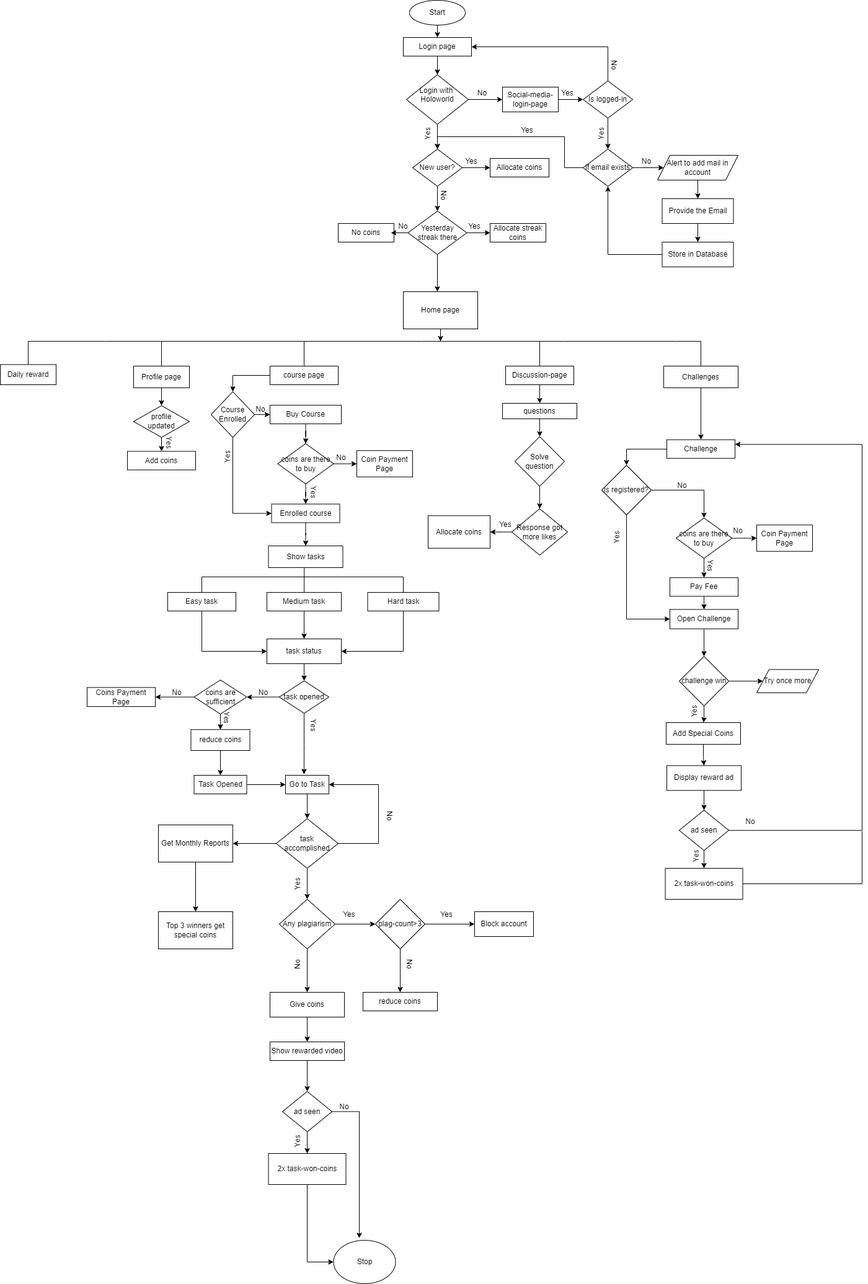
Before: public/Coin-flow-chart.drawio.png, a diagram exported from draw.io (karthiksatish159/googleads). Source tidied: cells renumbered, new cells last; positions are measured from the earlier drawing's top-left corner, leaving out a move shared by most shapes.
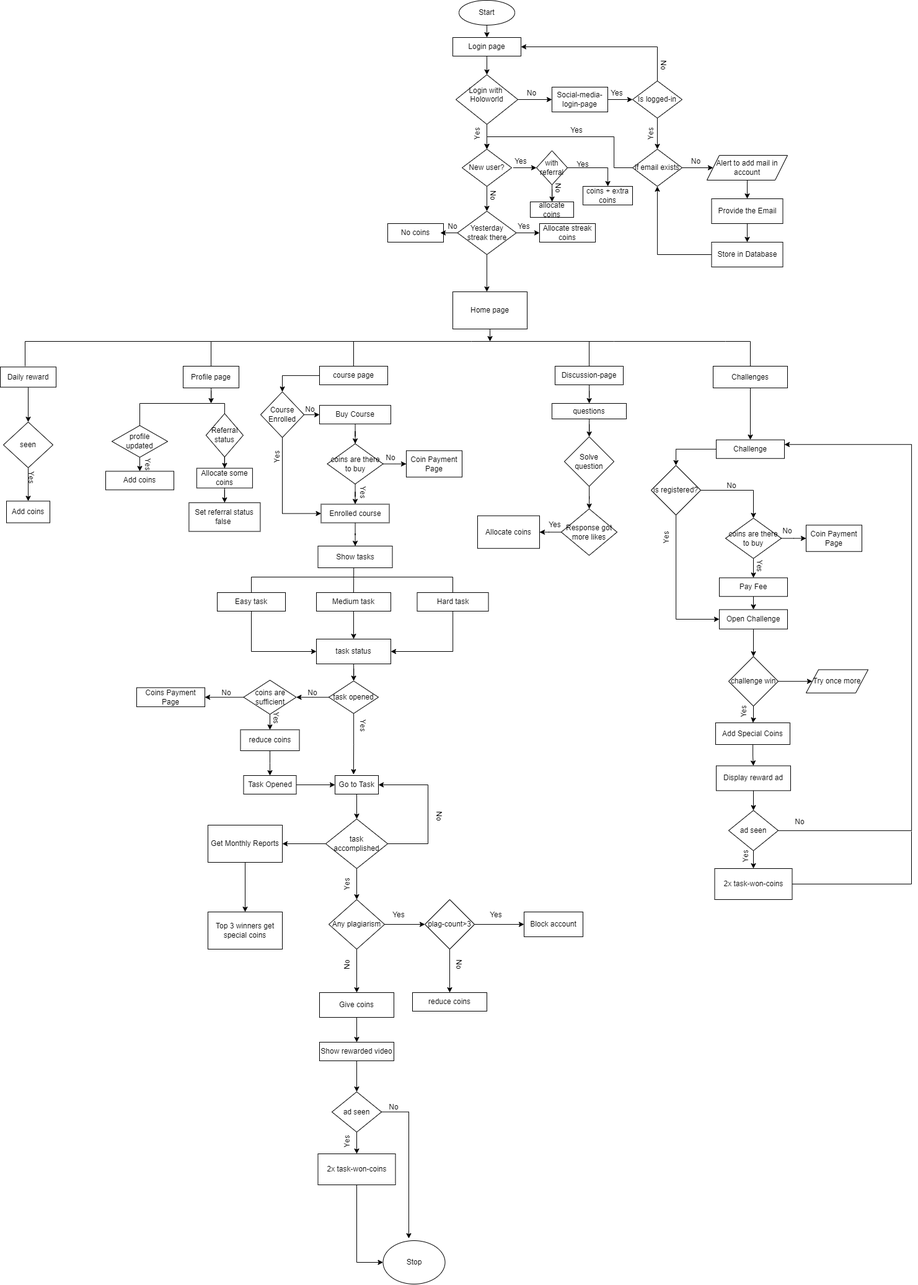
Later version of the same file.

Change to the diagram source:
```diff
@@ -51,9 +51,6 @@
     <mxCell id="14" value="New user?&lt;br&gt;" style="rhombus;whiteSpace=wrap;html=1;" parent="1" vertex="1">
       <mxGeometry x="665" y="240" width="80" height="60" as="geometry" />
     </mxCell>
-    <mxCell id="15" value="Allocate coins" style="rounded=0;whiteSpace=wrap;html=1;" parent="1" vertex="1">
-      <mxGeometry x="790" y="255" width="95" height="30" as="geometry" />
-    </mxCell>
     <mxCell id="16" value="Allocate streak coins" style="rounded=0;whiteSpace=wrap;html=1;" parent="1" vertex="1">
       <mxGeometry x="790" y="360" width="90" height="30" as="geometry" />
     </mxCell>
@@ -172,9 +169,11 @@
     <mxCell id="53" value="2x task-won-coins" style="whiteSpace=wrap;html=1;rounded=0;" parent="1" vertex="1">
       <mxGeometry x="432.5" y="1860" width="125" height="50" as="geometry" />
     </mxCell>
-    <mxCell id="54" style="edgeStyle=orthogonalEdgeStyle;rounded=0;jettySize=auto;html=1;" parent="1" edge="1" source="55" target="57">
-      <mxGeometry relative="1" as="geometry" />
-    </mxCell>
+    <mxCell id="183" style="edgeStyle=orthogonalEdgeStyle;rounded=0;jettySize=auto;html=1;fontSize=12;" parent="1" edge="1" source="55">
+      <mxGeometry relative="1" as="geometry">
+        <mxPoint x="260" y="650" as="targetPoint" />
+      </mxGeometry>
+    </mxCell>
     <mxCell id="55" value="Profile page" style="rounded=0;whiteSpace=wrap;html=1;" parent="1" vertex="1">
       <mxGeometry x="215" y="590" width="90" height="35" as="geometry" />
     </mxCell>
@@ -182,10 +181,10 @@
       <mxGeometry relative="1" as="geometry" />
     </mxCell>
     <mxCell id="57" value="profile&lt;br&gt;updated" style="rhombus;whiteSpace=wrap;html=1;rounded=0;" parent="1" vertex="1">
-      <mxGeometry x="215" y="653.8" width="90" height="51.2" as="geometry" />
+      <mxGeometry x="100" y="685.6" width="90" height="51.2" as="geometry" />
     </mxCell>
     <mxCell id="58" value="Add coins" style="whiteSpace=wrap;html=1;rounded=0;" parent="1" vertex="1">
-      <mxGeometry x="205" y="727.5" width="110" height="30" as="geometry" />
+      <mxGeometry x="90" y="759.4" width="110" height="30" as="geometry" />
     </mxCell>
     <mxCell id="59" style="edgeStyle=orthogonalEdgeStyle;rounded=0;jettySize=auto;html=1;" parent="1" edge="1" source="60" target="66">
       <mxGeometry relative="1" as="geometry" />
@@ -232,9 +231,6 @@
     <mxCell id="73" style="endArrow=classic;html=1;rounded=0;entryX=0;entryY=0.5;entryDx=0;entryDy=0;" parent="1" edge="1" source="11" target="12">
       <mxGeometry relative="1" as="geometry" />
     </mxCell>
-    <mxCell id="74" style="endArrow=classic;html=1;rounded=0;entryX=0;entryY=0.5;entryDx=0;entryDy=0;" parent="1" edge="1" source="14" target="15">
-      <mxGeometry relative="1" as="geometry" />
-    </mxCell>
     <mxCell id="75" style="endArrow=classic;html=1;rounded=0;exitX=0;exitY=0.5;exitDx=0;exitDy=0;" parent="1" edge="1">
       <mxGeometry relative="1" as="geometry">
         <mxPoint x="657.5" y="375" as="sourcePoint" />
@@ -289,6 +285,9 @@
     <mxCell id="89" style="endArrow=classic;html=1;rounded=0;entryX=0.5;entryY=0;entryDx=0;entryDy=0;exitX=0.5;exitY=1;exitDx=0;exitDy=0;" parent="1" edge="1" source="12" target="86">
       <mxGeometry relative="1" as="geometry" />
     </mxCell>
+    <mxCell id="184" style="edgeStyle=orthogonalEdgeStyle;rounded=0;jettySize=auto;html=1;exitX=0.25;exitY=1;exitDx=0;exitDy=0;entryX=0;entryY=0.5;entryDx=0;entryDy=0;" parent="1" edge="1" source="90" target="197">
+      <mxGeometry relative="1" as="geometry" />
+    </mxCell>
     <mxCell id="90" value="Yes" style="text;html=1;strokeColor=none;fillColor=none;align=center;verticalAlign=middle;whiteSpace=wrap;rounded=0;" parent="1" vertex="1">
       <mxGeometry x="735" y="250" width="50" height="20" as="geometry" />
     </mxCell>
@@ -302,7 +301,7 @@
       <mxGeometry x="620" y="350" width="60" height="30" as="geometry" />
     </mxCell>
     <mxCell id="94" value="Yes" style="text;html=1;strokeColor=none;fillColor=none;align=center;verticalAlign=middle;whiteSpace=wrap;rounded=0;rotation=90;" parent="1" vertex="1">
-      <mxGeometry x="250" y="705" width="45" height="17.5" as="geometry" />
+      <mxGeometry x="137.5" y="739.4" width="40" height="17.5" as="geometry" />
     </mxCell>
     <mxCell id="95" style="edgeStyle=orthogonalEdgeStyle;rounded=0;jettySize=auto;html=1;" parent="1" edge="1" source="96" target="99">
       <mxGeometry relative="1" as="geometry" />
@@ -618,17 +617,87 @@
     <mxCell id="180" value="Top 3 winners get special coins" style="whiteSpace=wrap;html=1;rounded=0;" parent="1" vertex="1">
       <mxGeometry x="255" y="1470" width="120" height="60" as="geometry" />
     </mxCell>
+    <mxCell id="185" style="edgeStyle=orthogonalEdgeStyle;rounded=0;jettySize=auto;html=1;" parent="1" edge="1" source="181" target="187">
+      <mxGeometry relative="1" as="geometry" />
+    </mxCell>
     <mxCell id="181" value="Daily reward" style="rounded=0;whiteSpace=wrap;html=1;" parent="1" vertex="1">
-      <mxGeometry y="587.5" width="90" height="32.5" as="geometry" />
+      <mxGeometry x="-80" y="591.2" width="90" height="32.5" as="geometry" />
     </mxCell>
-    <mxCell id="182" style="endArrow=none;html=1;rounded=0;exitX=0.5;exitY=0;exitDx=0;exitDy=0;" parent="1" edge="1" source="181">
-      <mxGeometry relative="1" as="geometry">
-        <mxPoint x="260" y="550" as="targetPoint" />
-        <Array as="points">
-          <mxPoint x="45" y="550" />
-          <mxPoint x="170" y="550" />
-        </Array>
-      </mxGeometry>
-    </mxCell>
+    <mxCell id="186" style="edgeStyle=orthogonalEdgeStyle;rounded=0;jettySize=auto;html=1;" parent="1" edge="1" source="187" target="188">
+      <mxGeometry relative="1" as="geometry" />
+    </mxCell>
+    <mxCell id="187" value="seen" style="rhombus;whiteSpace=wrap;html=1;rounded=0;" parent="1" vertex="1">
+      <mxGeometry x="-75" y="680" width="80" height="73.8" as="geometry" />
+    </mxCell>
+    <mxCell id="188" value="Add coins" style="whiteSpace=wrap;html=1;rounded=0;" parent="1" vertex="1">
+      <mxGeometry x="-70" y="807.5" width="70" height="35" as="geometry" />
+    </mxCell>
+    <mxCell id="189" value="Yes" style="text;html=1;strokeColor=none;fillColor=none;align=center;verticalAlign=middle;whiteSpace=wrap;rounded=0;rotation=90;" parent="1" vertex="1">
+      <mxGeometry x="-40" y="761.2" width="20" height="17.5" as="geometry" />
+    </mxCell>
+    <mxCell id="190" style="edgeStyle=orthogonalEdgeStyle;rounded=0;jettySize=auto;html=1;" parent="1" edge="1" source="191" target="193">
+      <mxGeometry relative="1" as="geometry" />
+    </mxCell>
+    <mxCell id="191" value="Referral&lt;br&gt;status" style="rhombus;whiteSpace=wrap;html=1;" parent="1" vertex="1">
+      <mxGeometry x="251.9" y="666.4" width="60" height="70" as="geometry" />
+    </mxCell>
+    <mxCell id="192" style="edgeStyle=orthogonalEdgeStyle;rounded=0;jettySize=auto;html=1;entryX=0.5;entryY=0;entryDx=0;entryDy=0;fontSize=12;" parent="1" edge="1" source="193" target="194">
+      <mxGeometry relative="1" as="geometry" />
+    </mxCell>
+    <mxCell id="193" value="Allocate some coins" style="whiteSpace=wrap;html=1;" parent="1" vertex="1">
+      <mxGeometry x="236.9" y="754.5" width="90" height="31.9" as="geometry" />
+    </mxCell>
+    <mxCell id="194" value="Set referral status false&amp;nbsp;" style="whiteSpace=wrap;html=1;" parent="1" vertex="1">
+      <mxGeometry x="224.4" y="810.1" width="115" height="46.2" as="geometry" />
+    </mxCell>
+    <mxCell id="195" style="edgeStyle=orthogonalEdgeStyle;rounded=0;jettySize=auto;html=1;" parent="1" edge="1" source="197" target="198">
+      <mxGeometry relative="1" as="geometry" />
+    </mxCell>
+    <mxCell id="196" style="edgeStyle=orthogonalEdgeStyle;rounded=0;jettySize=auto;html=1;fontSize=5;" parent="1" edge="1" source="197" target="199">
+      <mxGeometry relative="1" as="geometry" />
+    </mxCell>
+    <mxCell id="197" value="with referral" style="rhombus;whiteSpace=wrap;html=1;" parent="1" vertex="1">
+      <mxGeometry x="785" y="242.5" width="50" height="55" as="geometry" />
+    </mxCell>
+    <mxCell id="198" value="coins + extra coins" style="whiteSpace=wrap;html=1;" parent="1" vertex="1">
+      <mxGeometry x="860" y="300" width="80" height="30" as="geometry" />
+    </mxCell>
+    <mxCell id="199" value="allocate coins" style="whiteSpace=wrap;html=1;" parent="1" vertex="1">
+      <mxGeometry x="775" y="325" width="70" height="25" as="geometry" />
+    </mxCell>
+    <mxCell id="200" value="Yes" style="text;html=1;strokeColor=none;fillColor=none;align=center;verticalAlign=middle;whiteSpace=wrap;rounded=0;fontSize=12;" parent="1" vertex="1">
+      <mxGeometry x="845" y="260" width="30" height="10" as="geometry" />
+    </mxCell>
+    <mxCell id="201" value="No" style="text;html=1;strokeColor=none;fillColor=none;align=center;verticalAlign=middle;whiteSpace=wrap;rounded=0;fontSize=12;rotation=90;" parent="1" vertex="1">
+      <mxGeometry x="805" y="297.5" width="30" height="10" as="geometry" />
+    </mxCell>
+    <mxCell id="202" style="edgeStyle=orthogonalEdgeStyle;rounded=0;orthogonalLoop=1;jettySize=auto;html=1;exitX=0.5;exitY=1;exitDx=0;exitDy=0;fontSize=12;" parent="1" edge="1" source="194" target="194">
+      <mxGeometry relative="1" as="geometry" />
+    </mxCell>
+    <mxCell id="203" style="endArrow=none;html=1;rounded=0;fontSize=12;exitX=0.5;exitY=0;exitDx=0;exitDy=0;" parent="1" edge="1" source="57">
+      <mxGeometry relative="1" as="geometry">
+        <mxPoint x="260" y="650" as="targetPoint" />
+        <Array as="points">
+          <mxPoint x="145" y="650" />
+        </Array>
+      </mxGeometry>
+    </mxCell>
+    <mxCell id="204" style="endArrow=none;html=1;rounded=0;fontSize=12;exitX=0.5;exitY=0;exitDx=0;exitDy=0;" parent="1" edge="1" source="191">
+      <mxGeometry relative="1" as="geometry">
+        <mxPoint x="260" y="650" as="targetPoint" />
+        <Array as="points">
+          <mxPoint x="282" y="650" />
+        </Array>
+      </mxGeometry>
+    </mxCell>
+    <mxCell id="205" style="endArrow=none;html=1;rounded=0;fontSize=12;" parent="1" edge="1">
+      <mxGeometry relative="1" as="geometry">
+        <mxPoint x="-40" y="590" as="sourcePoint" />
+        <mxPoint x="260" y="550" as="targetPoint" />
+        <Array as="points">
+          <mxPoint x="-40" y="550" />
+        </Array>
+      </mxGeometry>
+    </mxCell>
   </root>
 </mxGraphModel>
```
